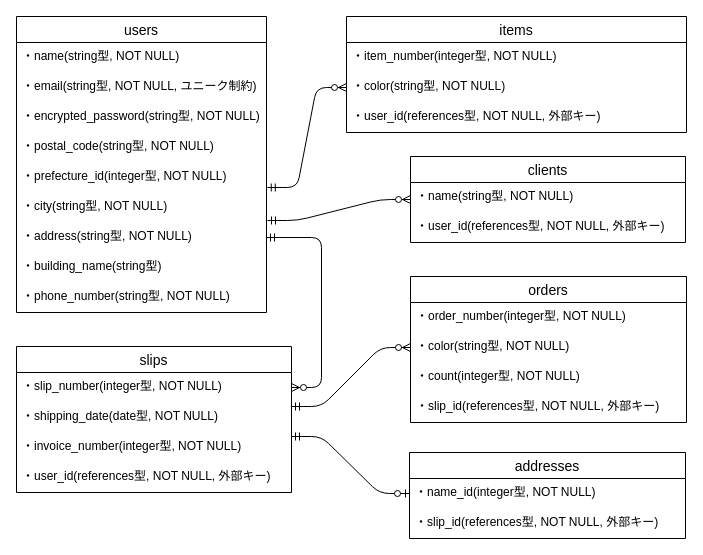
Earlier version of the draw.io diagram easy_slips.dio (hiddy0329/easy_slips). Source tidied: cells renumbered, new cells numbered last; positions are measured from the earlier drawing's top-left corner, leaving out a move shared by most shapes. Both pictures are drawn from the tidied source at 100%, with x=0, y=0 at pixel (16, 16).
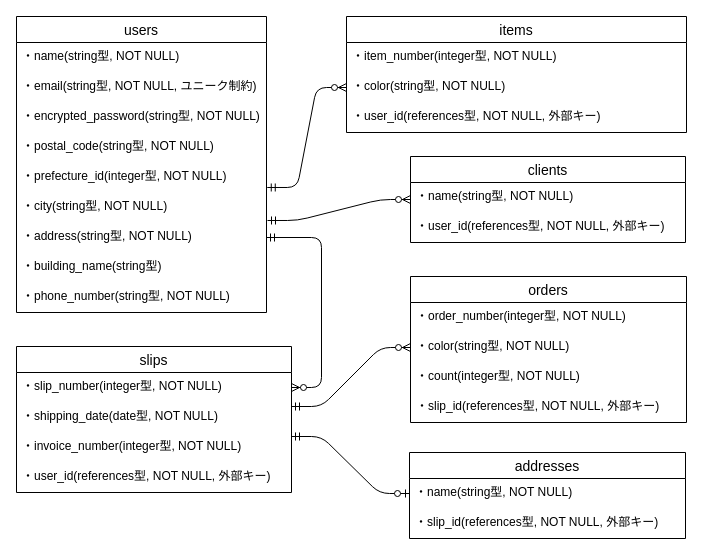
The same diagram, later.

Commit message:
ER図の修正(integer→string)

Unchanged cells that the change refers to:
```xml
<mxCell id="32" value="addresses" style="swimlane;fontStyle=0;horizontal=1;startSize=26;align=center;fontSize=14;" parent="1" vertex="1">
  <mxGeometry x="393" y="436" width="276" height="86" as="geometry" />
</mxCell>
```

Change to the diagram source:
```diff
@@
-    <mxCell id="33" value="・name_id(integer型, NOT NULL)" style="text;strokeColor=none;fillColor=none;spacingLeft=4;spacingRight=4;overflow=hidden;points=[[0,0.5],[1,0.5]];portConstraint=eastwest;fontSize=12;" parent="32" vertex="1">
+    <mxCell id="33" value="・name(string型, NOT NULL)" style="text;strokeColor=none;fillColor=none;spacingLeft=4;spacingRight=4;overflow=hidden;points=[[0,0.5],[1,0.5]];portConstraint=eastwest;fontSize=12;" parent="32" vertex="1">
       <mxGeometry y="26" width="276" height="30" as="geometry" />
     </mxCell>
```
